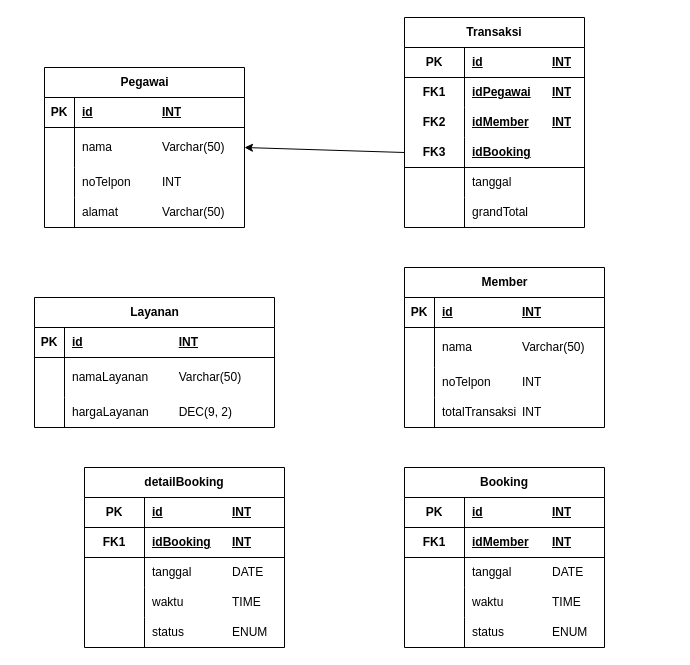
yogadwipayana/ERD keeps this draw.io diagram as PDM.drawio. Above is the earlier version. Source tidied: cells renumbered, new cells numbered last; positions are measured from the earlier drawing's top-left corner, leaving out a move shared by most shapes. Both pictures are drawn from the tidied source at 100%, with x=0, y=0 at pixel (34, 17).
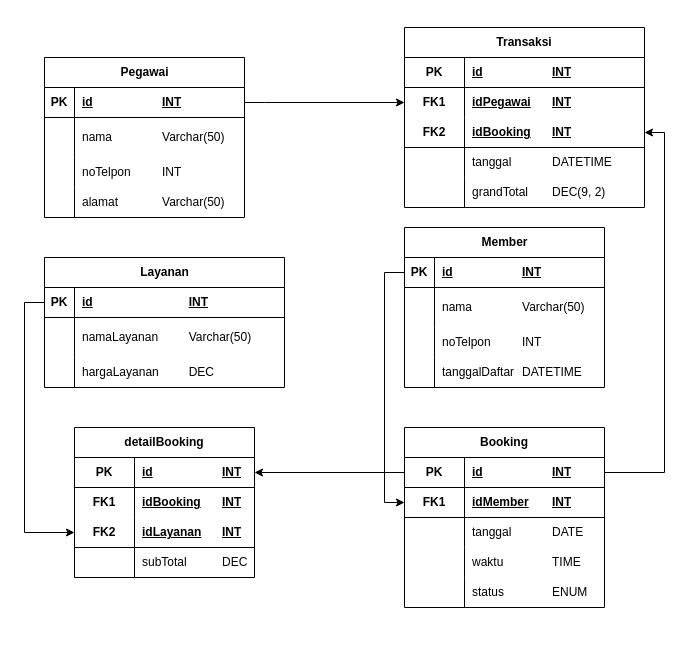
After the change.

The change refers to these unchanged cells:
```xml
<mxCell id="3" style="shape=tableRow;horizontal=0;startSize=0;swimlaneHead=0;swimlaneBody=0;fillColor=none;points=[[0,0.5],[1,0.5]];portConstraint=eastwest;top=0;left=0;right=0;bottom=1;" parent="2" vertex="1">
  <mxGeometry y="30" width="200" height="30" as="geometry" />
</mxCell>
<mxCell id="6" style="shape=tableRow;horizontal=0;startSize=0;swimlaneHead=0;swimlaneBody=0;fillColor=none;points=[[0,0.5],[1,0.5]];portConstraint=eastwest;top=0;left=0;right=0;bottom=0;" parent="2" vertex="1">
  <mxGeometry y="60" width="200" height="40" as="geometry" />
</mxCell>
<mxCell id="16" style="shape=tableRow;horizontal=0;startSize=0;swimlaneHead=0;swimlaneBody=0;fillColor=none;points=[[0,0.5],[1,0.5]];portConstraint=eastwest;top=0;left=0;right=0;bottom=1;" parent="15" vertex="1">
  <mxGeometry y="30" width="200" height="30" as="geometry" />
</mxCell>
<mxCell id="25" style="shape=tableRow;horizontal=0;startSize=0;swimlaneHead=0;swimlaneBody=0;fillColor=none;top=0;left=0;right=0;bottom=0;" parent="15" vertex="1">
  <mxGeometry y="130" width="200" height="30" as="geometry" />
</mxCell>
<mxCell id="29" style="shape=tableRow;horizontal=0;startSize=0;swimlaneHead=0;swimlaneBody=0;fillColor=none;points=[[0,0.5],[1,0.5]];portConstraint=eastwest;top=0;left=0;right=0;bottom=1;" parent="28" vertex="1">
  <mxGeometry y="30" width="240" height="30" as="geometry" />
</mxCell>
<mxCell id="35" style="shape=tableRow;horizontal=0;startSize=0;swimlaneHead=0;swimlaneBody=0;fillColor=none;top=0;left=0;right=0;bottom=0;" parent="28" vertex="1">
  <mxGeometry y="100" width="240" height="30" as="geometry" />
</mxCell>
<mxCell id="59" style="shape=tableRow;horizontal=0;startSize=0;swimlaneHead=0;swimlaneBody=0;fillColor=none;points=[[0,0.5],[1,0.5]];portConstraint=eastwest;top=0;left=0;right=0;bottom=1;" parent="58" vertex="1">
  <mxGeometry y="30" width="200" height="30" as="geometry" />
</mxCell>
<mxCell id="62" style="shape=tableRow;horizontal=0;startSize=0;swimlaneHead=0;swimlaneBody=0;fillColor=none;points=[[0,0.5],[1,0.5]];portConstraint=eastwest;top=0;left=0;right=0;bottom=1;html=1;" parent="58" vertex="1">
  <mxGeometry y="60" width="200" height="30" as="geometry" />
</mxCell>
```

Change to the diagram source:
```diff
@@
     <mxCell id="2" value="Pegawai" style="shape=table;startSize=30;childLayout=tableLayout;rowLines=0;fontStyle=1;align=center;html=1;" parent="1" vertex="1">
-      <mxGeometry x="10" y="50" width="200" height="160" as="geometry" />
+      <mxGeometry x="10" y="40" width="200" height="160" as="geometry" />
     </mxCell>
@@
     <mxCell id="15" value="Member" style="shape=table;startSize=30;childLayout=tableLayout;rowLines=0;fontStyle=1;align=center;html=1;" parent="1" vertex="1">
-      <mxGeometry x="370" y="250" width="200" height="160" as="geometry" />
+      <mxGeometry x="370" y="210" width="200" height="160" as="geometry" />
     </mxCell>
@@
-    <mxCell id="27" value="totalTransaksi&lt;span style=&quot;white-space: pre;&quot;&gt;&#9;&lt;/span&gt;INT" style="shape=partialRectangle;fillColor=none;top=0;left=0;bottom=0;right=0;align=left;spacingLeft=6;overflow=hidden;whiteSpace=wrap;html=1;" parent="25" vertex="1">
+    <mxCell id="27" value="tanggalDaftar&lt;span style=&quot;white-space: pre;&quot;&gt;&#9;&lt;/span&gt;DATETIME" style="shape=partialRectangle;fillColor=none;top=0;left=0;bottom=0;right=0;align=left;spacingLeft=6;overflow=hidden;whiteSpace=wrap;html=1;" parent="25" vertex="1">
       <mxGeometry x="30" width="170" height="30" as="geometry" />
     </mxCell>
     <mxCell id="28" value="Layanan" style="shape=table;startSize=30;childLayout=tableLayout;rowLines=0;fontStyle=1;align=center;html=1;" parent="1" vertex="1">
-      <mxGeometry y="280" width="240" height="130" as="geometry" />
+      <mxGeometry x="10" y="240" width="240" height="130" as="geometry" />
     </mxCell>
@@
-    <mxCell id="37" value="hargaLayanan&lt;span style=&quot;white-space: pre;&quot;&gt;&#9;&lt;/span&gt;&lt;span style=&quot;white-space: pre;&quot;&gt;&#9;&lt;/span&gt;DEC(9, 2)" style="shape=partialRectangle;fillColor=none;top=0;left=0;bottom=0;right=0;align=left;spacingLeft=6;overflow=hidden;whiteSpace=wrap;html=1;" parent="35" vertex="1">
+    <mxCell id="37" value="hargaLayanan&lt;span style=&quot;white-space: pre;&quot;&gt;&#9;&lt;/span&gt;&lt;span style=&quot;white-space: pre;&quot;&gt;&#9;&lt;/span&gt;DEC" style="shape=partialRectangle;fillColor=none;top=0;left=0;bottom=0;right=0;align=left;spacingLeft=6;overflow=hidden;whiteSpace=wrap;html=1;" parent="35" vertex="1">
       <mxGeometry x="30" width="210" height="30" as="geometry" />
     </mxCell>
     <mxCell id="38" value="Transaksi" style="shape=table;startSize=30;childLayout=tableLayout;rowLines=0;fontStyle=1;align=center;html=1;whiteSpace=wrap;" parent="1" vertex="1">
-      <mxGeometry x="370" width="180" height="210" as="geometry" />
+      <mxGeometry x="370" y="10" width="240" height="180" as="geometry" />
     </mxCell>
     <mxCell id="39" style="shape=tableRow;horizontal=0;startSize=0;swimlaneHead=0;swimlaneBody=0;fillColor=none;top=0;left=0;right=0;bottom=1;" parent="38" vertex="1">
-      <mxGeometry y="30" width="180" height="30" as="geometry" />
+      <mxGeometry y="30" width="240" height="30" as="geometry" />
     </mxCell>
@@
     <mxCell id="41" value="id&lt;span style=&quot;white-space: pre;&quot;&gt;&#9;&lt;span style=&quot;white-space: pre;&quot;&gt;&#9;&lt;/span&gt;&lt;span style=&quot;white-space: pre;&quot;&gt;&#9;&lt;/span&gt;&lt;/span&gt;INT" style="shape=partialRectangle;fillColor=none;top=0;left=0;bottom=0;right=0;align=left;spacingLeft=6;fontStyle=5;overflow=hidden;whiteSpace=wrap;html=1;" parent="39" vertex="1">
-      <mxGeometry x="60" width="120" height="30" as="geometry" />
+      <mxGeometry x="60" width="180" height="30" as="geometry" />
     </mxCell>
     <mxCell id="42" style="shape=tableRow;horizontal=0;startSize=0;swimlaneHead=0;swimlaneBody=0;fillColor=none;points=[[0,0.5],[1,0.5]];portConstraint=eastwest;top=0;left=0;right=0;bottom=0;html=1;" parent="38" vertex="1">
-      <mxGeometry y="60" width="180" height="30" as="geometry" />
+      <mxGeometry y="60" width="240" height="30" as="geometry" />
     </mxCell>
@@
     <mxCell id="44" value="idPegawai&lt;span style=&quot;white-space: pre;&quot;&gt;&#9;&lt;/span&gt;INT" style="shape=partialRectangle;fillColor=none;top=0;left=0;bottom=0;right=0;align=left;spacingLeft=6;fontStyle=5;overflow=hidden;html=1;whiteSpace=wrap;" parent="42" vertex="1">
-      <mxGeometry x="60" width="120" height="30" as="geometry" />
+      <mxGeometry x="60" width="180" height="30" as="geometry" />
     </mxCell>
-    <mxCell id="45" style="shape=tableRow;horizontal=0;startSize=0;swimlaneHead=0;swimlaneBody=0;fillColor=none;top=0;left=0;right=0;bottom=0;html=1;" parent="38" vertex="1">
-      <mxGeometry y="90" width="180" height="30" as="geometry" />
-    </mxCell>
-    <mxCell id="46" value="FK2" style="shape=partialRectangle;fillColor=none;top=0;left=0;bottom=0;right=0;fontStyle=1;overflow=hidden;html=1;whiteSpace=wrap;" parent="45" vertex="1">
-      <mxGeometry width="60" height="30" as="geometry" />
-    </mxCell>
-    <mxCell id="47" value="idMember&lt;span style=&quot;white-space: pre;&quot;&gt;&#9;&lt;/span&gt;INT" style="shape=partialRectangle;fillColor=none;top=0;left=0;bottom=0;right=0;align=left;spacingLeft=6;fontStyle=5;overflow=hidden;html=1;whiteSpace=wrap;" parent="45" vertex="1">
-      <mxGeometry x="60" width="120" height="30" as="geometry" />
-    </mxCell>
     <mxCell id="48" style="shape=tableRow;horizontal=0;startSize=0;swimlaneHead=0;swimlaneBody=0;fillColor=none;points=[[0,0.5],[1,0.5]];portConstraint=eastwest;top=0;left=0;right=0;bottom=1;html=1;" parent="38" vertex="1">
-      <mxGeometry y="120" width="180" height="30" as="geometry" />
+      <mxGeometry y="90" width="240" height="30" as="geometry" />
     </mxCell>
-    <mxCell id="49" value="FK3" style="shape=partialRectangle;fillColor=none;top=0;left=0;bottom=0;right=0;fontStyle=1;overflow=hidden;html=1;whiteSpace=wrap;" parent="48" vertex="1">
+    <mxCell id="49" value="FK2" style="shape=partialRectangle;fillColor=none;top=0;left=0;bottom=0;right=0;fontStyle=1;overflow=hidden;html=1;whiteSpace=wrap;" parent="48" vertex="1">
       <mxGeometry width="60" height="30" as="geometry" />
     </mxCell>
-    <mxCell id="50" value="idBooking" style="shape=partialRectangle;fillColor=none;top=0;left=0;bottom=0;right=0;align=left;spacingLeft=6;fontStyle=5;overflow=hidden;html=1;whiteSpace=wrap;" parent="48" vertex="1">
-      <mxGeometry x="60" width="120" height="30" as="geometry" />
+    <mxCell id="50" value="idBooking&lt;span style=&quot;white-space: pre;&quot;&gt;&#9;&lt;/span&gt;INT" style="shape=partialRectangle;fillColor=none;top=0;left=0;bottom=0;right=0;align=left;spacingLeft=6;fontStyle=5;overflow=hidden;html=1;whiteSpace=wrap;" parent="48" vertex="1">
+      <mxGeometry x="60" width="180" height="30" as="geometry" />
     </mxCell>
     <mxCell id="51" style="shape=tableRow;horizontal=0;startSize=0;swimlaneHead=0;swimlaneBody=0;fillColor=none;top=0;left=0;right=0;bottom=0;html=1;" parent="38" vertex="1">
-      <mxGeometry y="150" width="180" height="30" as="geometry" />
+      <mxGeometry y="120" width="240" height="30" as="geometry" />
     </mxCell>
@@
-    <mxCell id="53" value="tanggal" style="shape=partialRectangle;fillColor=none;top=0;left=0;bottom=0;right=0;align=left;spacingLeft=6;overflow=hidden;html=1;whiteSpace=wrap;" parent="51" vertex="1">
-      <mxGeometry x="60" width="120" height="30" as="geometry" />
+    <mxCell id="53" value="tanggal&lt;span style=&quot;white-space: pre;&quot;&gt;&#9;&lt;/span&gt;&lt;span style=&quot;white-space: pre;&quot;&gt;&#9;&lt;/span&gt;DATETIME" style="shape=partialRectangle;fillColor=none;top=0;left=0;bottom=0;right=0;align=left;spacingLeft=6;overflow=hidden;html=1;whiteSpace=wrap;" parent="51" vertex="1">
+      <mxGeometry x="60" width="180" height="30" as="geometry" />
     </mxCell>
     <mxCell id="54" style="shape=tableRow;horizontal=0;startSize=0;swimlaneHead=0;swimlaneBody=0;fillColor=none;top=0;left=0;right=0;bottom=0;html=1;" parent="38" vertex="1">
-      <mxGeometry y="180" width="180" height="30" as="geometry" />
+      <mxGeometry y="150" width="240" height="30" as="geometry" />
     </mxCell>
@@
-    <mxCell id="56" value="grandTotal" style="shape=partialRectangle;fillColor=none;top=0;left=0;bottom=0;right=0;align=left;spacingLeft=6;overflow=hidden;html=1;whiteSpace=wrap;" parent="54" vertex="1">
-      <mxGeometry x="60" width="120" height="30" as="geometry" />
+    <mxCell id="56" value="grandTotal&lt;span style=&quot;white-space: pre;&quot;&gt;&#9;&lt;/span&gt;DEC(9, 2)" style="shape=partialRectangle;fillColor=none;top=0;left=0;bottom=0;right=0;align=left;spacingLeft=6;overflow=hidden;html=1;whiteSpace=wrap;" parent="54" vertex="1">
+      <mxGeometry x="60" width="180" height="30" as="geometry" />
     </mxCell>
-    <mxCell id="57" style="endArrow=classic;html=1;rounded=0;entryX=1;entryY=0.5;entryDx=0;entryDy=0;exitX=0;exitY=0.5;exitDx=0;exitDy=0;" parent="1" edge="1" source="48" target="6">
-      <mxGeometry relative="1" as="geometry" />
-    </mxCell>
     <mxCell id="58" value="Booking" style="shape=table;startSize=30;childLayout=tableLayout;rowLines=0;fontStyle=1;align=center;html=1;whiteSpace=wrap;" parent="1" vertex="1">
-      <mxGeometry x="370" y="450" width="200" height="180" as="geometry" />
+      <mxGeometry x="370" y="410" width="200" height="180" as="geometry" />
     </mxCell>
@@
     <mxCell id="74" value="detailBooking" style="shape=table;startSize=30;childLayout=tableLayout;rowLines=0;fontStyle=1;align=center;html=1;whiteSpace=wrap;" parent="1" vertex="1">
-      <mxGeometry x="50" y="450" width="200" height="180" as="geometry" />
+      <mxGeometry x="40" y="410" width="180" height="150" as="geometry" />
     </mxCell>
-    <mxCell id="75" style="shape=tableRow;horizontal=0;startSize=0;swimlaneHead=0;swimlaneBody=0;fillColor=none;top=0;left=0;right=0;bottom=1;" parent="74" vertex="1">
-      <mxGeometry y="30" width="200" height="30" as="geometry" />
-    </mxCell>
+    <mxCell id="90" style="shape=tableRow;horizontal=0;startSize=0;swimlaneHead=0;swimlaneBody=0;fillColor=none;points=[[0,0.5],[1,0.5]];portConstraint=eastwest;top=0;left=0;right=0;bottom=1;" parent="74" vertex="1">
+      <mxGeometry y="30" width="180" height="30" as="geometry" />
+    </mxCell>
-    <mxCell id="76" value="PK" style="shape=partialRectangle;fillColor=none;top=0;left=0;bottom=0;right=0;fontStyle=1;overflow=hidden;whiteSpace=wrap;html=1;" parent="75" vertex="1">
+    <mxCell id="76" value="PK" style="shape=partialRectangle;fillColor=none;top=0;left=0;bottom=0;right=0;fontStyle=1;overflow=hidden;whiteSpace=wrap;html=1;" parent="90" vertex="1">
       <mxGeometry width="60" height="30" as="geometry" />
     </mxCell>
-    <mxCell id="77" value="id&lt;span style=&quot;white-space: pre;&quot;&gt;&#9;&lt;span style=&quot;white-space: pre;&quot;&gt;&#9;&lt;/span&gt;&lt;span style=&quot;white-space: pre;&quot;&gt;&#9;&lt;/span&gt;&lt;/span&gt;INT" style="shape=partialRectangle;fillColor=none;top=0;left=0;bottom=0;right=0;align=left;spacingLeft=6;fontStyle=5;overflow=hidden;whiteSpace=wrap;html=1;" parent="75" vertex="1">
-      <mxGeometry x="60" width="140" height="30" as="geometry" />
+    <mxCell id="77" value="id&lt;span style=&quot;white-space: pre;&quot;&gt;&#9;&lt;span style=&quot;white-space: pre;&quot;&gt;&#9;&lt;/span&gt;&lt;span style=&quot;white-space: pre;&quot;&gt;&#9;&lt;/span&gt;&lt;/span&gt;INT" style="shape=partialRectangle;fillColor=none;top=0;left=0;bottom=0;right=0;align=left;spacingLeft=6;fontStyle=5;overflow=hidden;whiteSpace=wrap;html=1;" parent="90" vertex="1">
+      <mxGeometry x="60" width="120" height="30" as="geometry" />
     </mxCell>
-    <mxCell id="78" style="shape=tableRow;horizontal=0;startSize=0;swimlaneHead=0;swimlaneBody=0;fillColor=none;top=0;left=0;right=0;bottom=1;html=1;" parent="74" vertex="1">
-      <mxGeometry y="60" width="200" height="30" as="geometry" />
-    </mxCell>
+    <mxCell id="91" style="shape=tableRow;horizontal=0;startSize=0;swimlaneHead=0;swimlaneBody=0;fillColor=none;top=0;left=0;right=0;bottom=0;html=1;" parent="74" vertex="1">
+      <mxGeometry y="60" width="180" height="30" as="geometry" />
+    </mxCell>
-    <mxCell id="79" value="FK1" style="shape=partialRectangle;fillColor=none;top=0;left=0;bottom=0;right=0;fontStyle=1;overflow=hidden;html=1;whiteSpace=wrap;" parent="78" vertex="1">
+    <mxCell id="79" value="FK1" style="shape=partialRectangle;fillColor=none;top=0;left=0;bottom=0;right=0;fontStyle=1;overflow=hidden;html=1;whiteSpace=wrap;" parent="91" vertex="1">
       <mxGeometry width="60" height="30" as="geometry" />
     </mxCell>
-    <mxCell id="80" value="idBooking&lt;span style=&quot;white-space: pre;&quot;&gt;&#9;&lt;/span&gt;INT" style="shape=partialRectangle;fillColor=none;top=0;left=0;bottom=0;right=0;align=left;spacingLeft=6;fontStyle=5;overflow=hidden;html=1;whiteSpace=wrap;" parent="78" vertex="1">
-      <mxGeometry x="60" width="140" height="30" as="geometry" />
+    <mxCell id="80" value="idBooking&lt;span style=&quot;white-space: pre;&quot;&gt;&#9;&lt;/span&gt;INT" style="shape=partialRectangle;fillColor=none;top=0;left=0;bottom=0;right=0;align=left;spacingLeft=6;fontStyle=5;overflow=hidden;html=1;whiteSpace=wrap;" parent="91" vertex="1">
+      <mxGeometry x="60" width="120" height="30" as="geometry" />
     </mxCell>
-    <mxCell id="81" style="shape=tableRow;horizontal=0;startSize=0;swimlaneHead=0;swimlaneBody=0;fillColor=none;top=0;left=0;right=0;bottom=0;html=1;" parent="74" vertex="1">
-      <mxGeometry y="90" width="200" height="30" as="geometry" />
-    </mxCell>
-    <mxCell id="82" style="shape=partialRectangle;fillColor=none;top=0;left=0;bottom=0;right=0;overflow=hidden;html=1;whiteSpace=wrap;" parent="81" vertex="1">
-      <mxGeometry width="60" height="30" as="geometry" />
-    </mxCell>
-    <mxCell id="83" value="tanggal&lt;span style=&quot;white-space: pre;&quot;&gt;&#9;&lt;span style=&quot;white-space: pre;&quot;&gt;&#9;&lt;/span&gt;&lt;/span&gt;DATE" style="shape=partialRectangle;fillColor=none;top=0;left=0;bottom=0;right=0;align=left;spacingLeft=6;overflow=hidden;html=1;whiteSpace=wrap;" parent="81" vertex="1">
-      <mxGeometry x="60" width="140" height="30" as="geometry" />
-    </mxCell>
-    <mxCell id="84" style="shape=tableRow;horizontal=0;startSize=0;swimlaneHead=0;swimlaneBody=0;fillColor=none;top=0;left=0;right=0;bottom=0;html=1;" parent="74" vertex="1">
-      <mxGeometry y="120" width="200" height="30" as="geometry" />
-    </mxCell>
-    <mxCell id="85" style="shape=partialRectangle;fillColor=none;top=0;left=0;bottom=0;right=0;overflow=hidden;html=1;whiteSpace=wrap;" parent="84" vertex="1">
-      <mxGeometry width="60" height="30" as="geometry" />
-    </mxCell>
-    <mxCell id="86" value="waktu&lt;span style=&quot;white-space: pre;&quot;&gt;&#9;&lt;span style=&quot;white-space: pre;&quot;&gt;&#9;&lt;/span&gt;&lt;/span&gt;TIME" style="shape=partialRectangle;fillColor=none;top=0;left=0;bottom=0;right=0;align=left;spacingLeft=6;overflow=hidden;html=1;whiteSpace=wrap;" parent="84" vertex="1">
-      <mxGeometry x="60" width="140" height="30" as="geometry" />
-    </mxCell>
-    <mxCell id="87" style="shape=tableRow;horizontal=0;startSize=0;swimlaneHead=0;swimlaneBody=0;fillColor=none;top=0;left=0;right=0;bottom=0;html=1;" parent="74" vertex="1">
-      <mxGeometry y="150" width="200" height="30" as="geometry" />
-    </mxCell>
-    <mxCell id="88" style="shape=partialRectangle;fillColor=none;top=0;left=0;bottom=0;right=0;overflow=hidden;html=1;whiteSpace=wrap;" parent="87" vertex="1">
-      <mxGeometry width="60" height="30" as="geometry" />
-    </mxCell>
-    <mxCell id="89" value="status&lt;span style=&quot;white-space: pre;&quot;&gt;&#9;&lt;span style=&quot;white-space: pre;&quot;&gt;&#9;&lt;/span&gt;&lt;/span&gt;ENUM" style="shape=partialRectangle;fillColor=none;top=0;left=0;bottom=0;right=0;align=left;spacingLeft=6;overflow=hidden;html=1;whiteSpace=wrap;" parent="87" vertex="1">
-      <mxGeometry x="60" width="140" height="30" as="geometry" />
-    </mxCell>
+    <mxCell id="92" style="shape=tableRow;horizontal=0;startSize=0;swimlaneHead=0;swimlaneBody=0;fillColor=none;points=[[0,0.5],[1,0.5]];portConstraint=eastwest;top=0;left=0;right=0;bottom=1;html=1;" parent="74" vertex="1">
+      <mxGeometry y="90" width="180" height="30" as="geometry" />
+    </mxCell>
+    <mxCell id="46" value="FK2" style="shape=partialRectangle;fillColor=none;top=0;left=0;bottom=0;right=0;fontStyle=1;overflow=hidden;html=1;whiteSpace=wrap;" parent="92" vertex="1">
+      <mxGeometry width="60" height="30" as="geometry" />
+    </mxCell>
+    <mxCell id="93" value="idLayanan&lt;span style=&quot;white-space: pre;&quot;&gt;&#9;&lt;/span&gt;INT" style="shape=partialRectangle;fillColor=none;top=0;left=0;bottom=0;right=0;align=left;spacingLeft=6;fontStyle=5;overflow=hidden;html=1;whiteSpace=wrap;" parent="92" vertex="1">
+      <mxGeometry x="60" width="120" height="30" as="geometry" />
+    </mxCell>
+    <mxCell id="94" style="shape=tableRow;horizontal=0;startSize=0;swimlaneHead=0;swimlaneBody=0;fillColor=none;top=0;left=0;right=0;bottom=0;html=1;" parent="74" vertex="1">
+      <mxGeometry y="120" width="180" height="30" as="geometry" />
+    </mxCell>
+    <mxCell id="95" style="shape=partialRectangle;fillColor=none;top=0;left=0;bottom=0;right=0;overflow=hidden;html=1;whiteSpace=wrap;" parent="94" vertex="1">
+      <mxGeometry width="60" height="30" as="geometry" />
+    </mxCell>
+    <mxCell id="96" value="subTotal&lt;span style=&quot;white-space: pre;&quot;&gt;&#9;&lt;/span&gt;&lt;span style=&quot;white-space: pre;&quot;&gt;&#9;&lt;/span&gt;DEC" style="shape=partialRectangle;fillColor=none;top=0;left=0;bottom=0;right=0;align=left;spacingLeft=6;overflow=hidden;html=1;whiteSpace=wrap;" parent="94" vertex="1">
+      <mxGeometry x="60" width="120" height="30" as="geometry" />
+    </mxCell>
+    <mxCell id="97" style="endArrow=classic;html=1;rounded=0;entryX=0;entryY=0.5;entryDx=0;entryDy=0;exitX=1;exitY=0.5;exitDx=0;exitDy=0;" parent="1" edge="1" source="3" target="42">
+      <mxGeometry relative="1" as="geometry">
+        <Array as="points">
+          <mxPoint x="230" y="85" />
+        </Array>
+      </mxGeometry>
+    </mxCell>
+    <mxCell id="98" style="endArrow=classic;html=1;rounded=0;entryX=1;entryY=0.5;entryDx=0;entryDy=0;exitX=1;exitY=0.5;exitDx=0;exitDy=0;" parent="1" edge="1" source="59" target="48">
+      <mxGeometry relative="1" as="geometry">
+        <Array as="points">
+          <mxPoint x="630" y="455" />
+          <mxPoint x="630" y="115" />
+        </Array>
+      </mxGeometry>
+    </mxCell>
+    <mxCell id="99" style="endArrow=classic;html=1;rounded=0;exitX=0;exitY=0.5;exitDx=0;exitDy=0;entryX=0;entryY=0.5;entryDx=0;entryDy=0;" parent="1" edge="1" source="16" target="62">
+      <mxGeometry relative="1" as="geometry">
+        <Array as="points">
+          <mxPoint x="350" y="255" />
+          <mxPoint x="350" y="485" />
+        </Array>
+      </mxGeometry>
+    </mxCell>
+    <mxCell id="100" style="endArrow=classic;html=1;rounded=0;exitX=0;exitY=0.5;exitDx=0;exitDy=0;entryX=1;entryY=0.5;entryDx=0;entryDy=0;" parent="1" edge="1" source="59" target="90">
+      <mxGeometry relative="1" as="geometry" />
+    </mxCell>
+    <mxCell id="101" style="endArrow=classic;html=1;rounded=0;entryX=0;entryY=0.5;entryDx=0;entryDy=0;exitX=0;exitY=0.5;exitDx=0;exitDy=0;" parent="1" edge="1" source="29" target="92">
+      <mxGeometry relative="1" as="geometry">
+        <Array as="points">
+          <mxPoint x="-10" y="285" />
+          <mxPoint x="-10" y="515" />
+        </Array>
+      </mxGeometry>
+    </mxCell>
```
